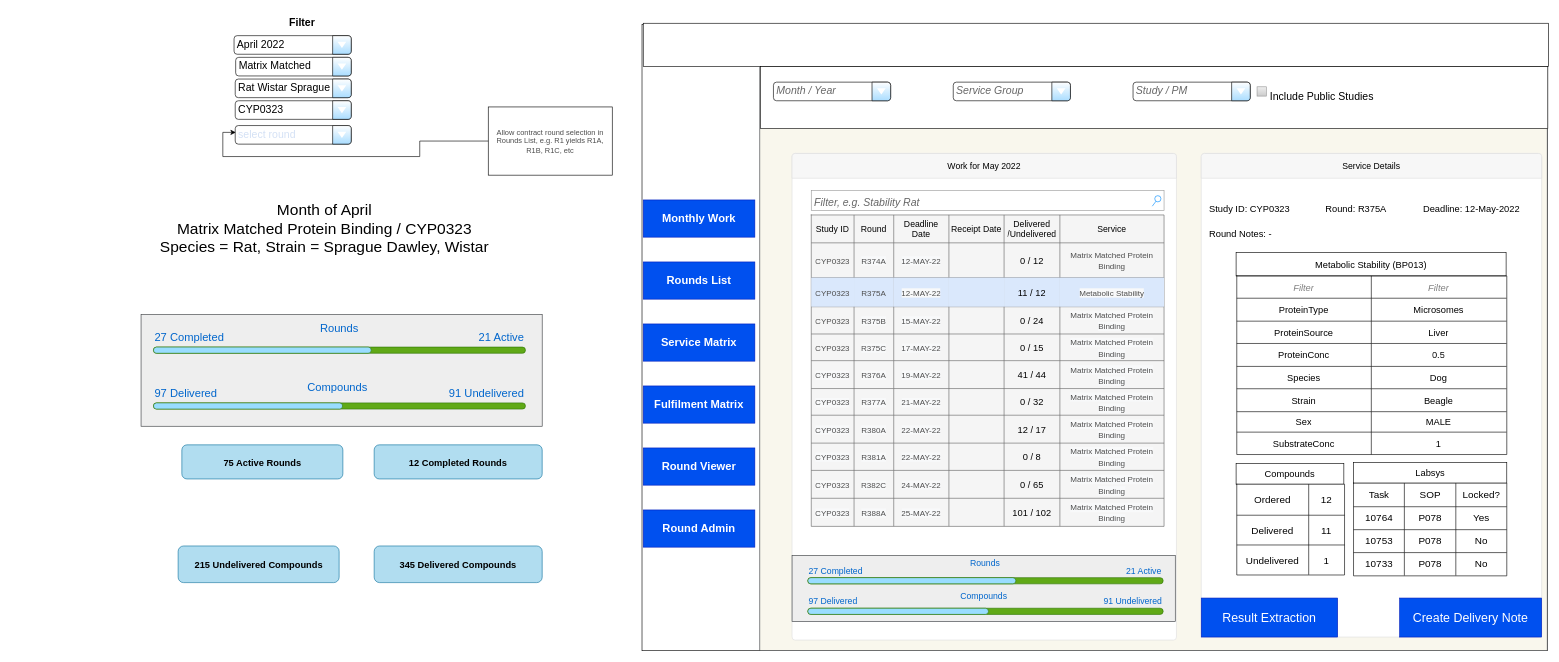
This is code/work-in-progress/mockups/wip-dash_v2.drawio from mdegaris/react-learning, a draw.io file, before an edit. Source tidied: cells renumbered, new cells numbered last; positions are measured from the earlier drawing's top-left corner, leaving out a move shared by most shapes. Both pictures are drawn from the tidied source at 62%, with x=0, y=0 at pixel (11, 11).
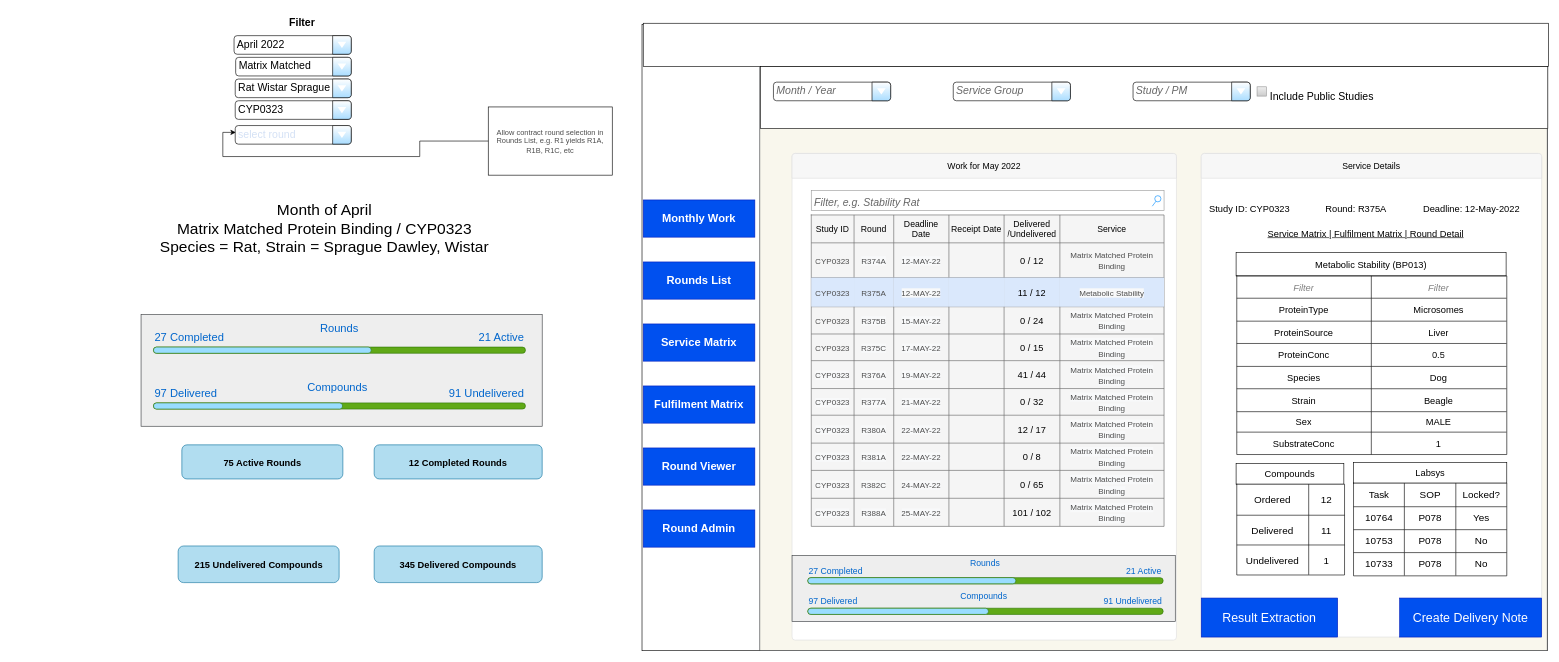
Above is the later version.

The change refers to these unchanged cells:
```xml
<mxCell id="127" style="html=1;shadow=0;dashed=0;shape=mxgraph.bootstrap.rrect;rSize=5;strokeColor=#DFDFDF;html=1;whiteSpace=wrap;fillColor=#FFFFFF;fontColor=#000000;rounded=0;" parent="1" vertex="1">
  <mxGeometry x="1920" y="230" width="549" height="780" as="geometry" />
</mxCell>
```

Change to the diagram source:
```diff
@@
-    <mxCell id="172" value="Round Notes: -" style="text;html=1;strokeColor=none;fillColor=none;align=left;verticalAlign=middle;whiteSpace=wrap;rounded=0;fontSize=15;fontColor=#000000;horizontal=1;fontFamily=Helvetica;" parent="127" vertex="1">
+    <mxCell id="172" value="&lt;u&gt;Service Matrix | Fulfilment Matrix | Round Detail&lt;/u&gt;" style="text;html=1;strokeColor=none;fillColor=none;align=center;verticalAlign=middle;whiteSpace=wrap;rounded=0;fontSize=15;fontColor=#000000;horizontal=1;fontFamily=Helvetica;" parent="127" vertex="1">
       <mxGeometry x="11" y="110" width="509" height="37.8" as="geometry" />
     </mxCell>
```
